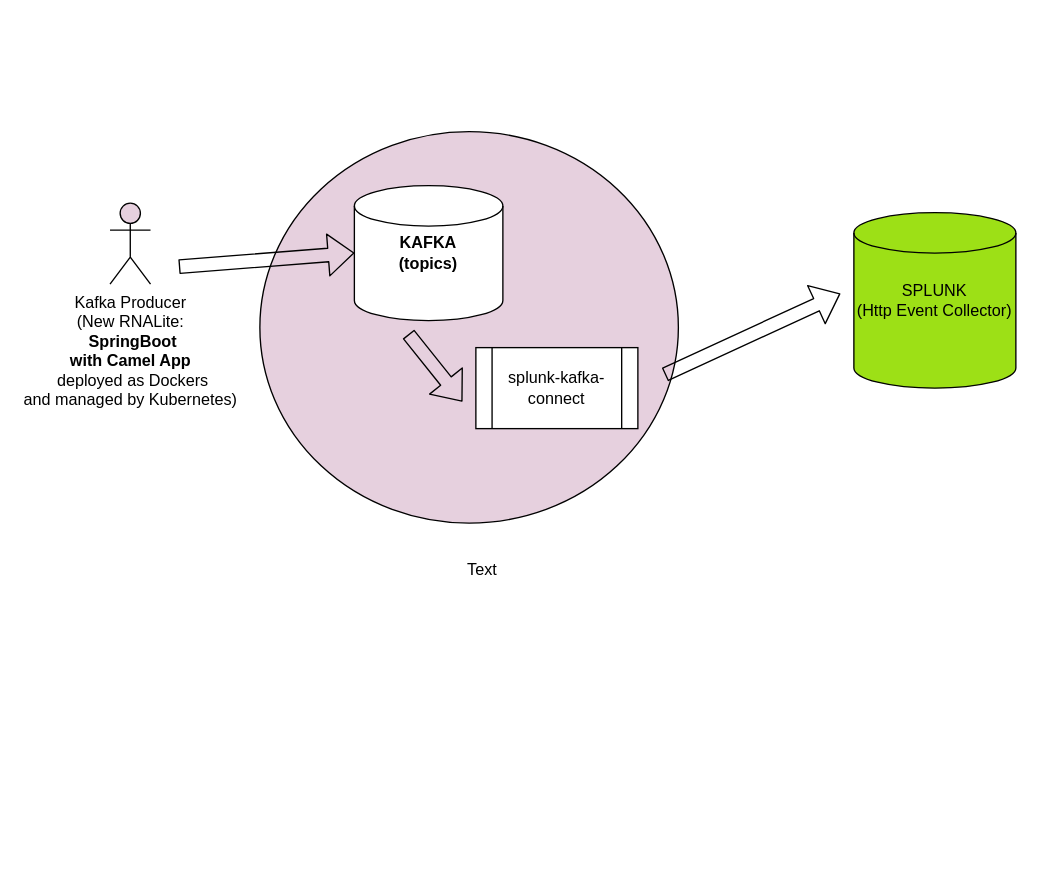
Before: Untitled Diagram.drawio in stevesui/test1, a draw.io diagram. Source tidied: cells renumbered, new cells numbered last; positions are measured from the earlier drawing's top-left corner, leaving out a move shared by most shapes. Both pictures are drawn from the tidied source at 135%, with x=0, y=0 at pixel (109, 131).
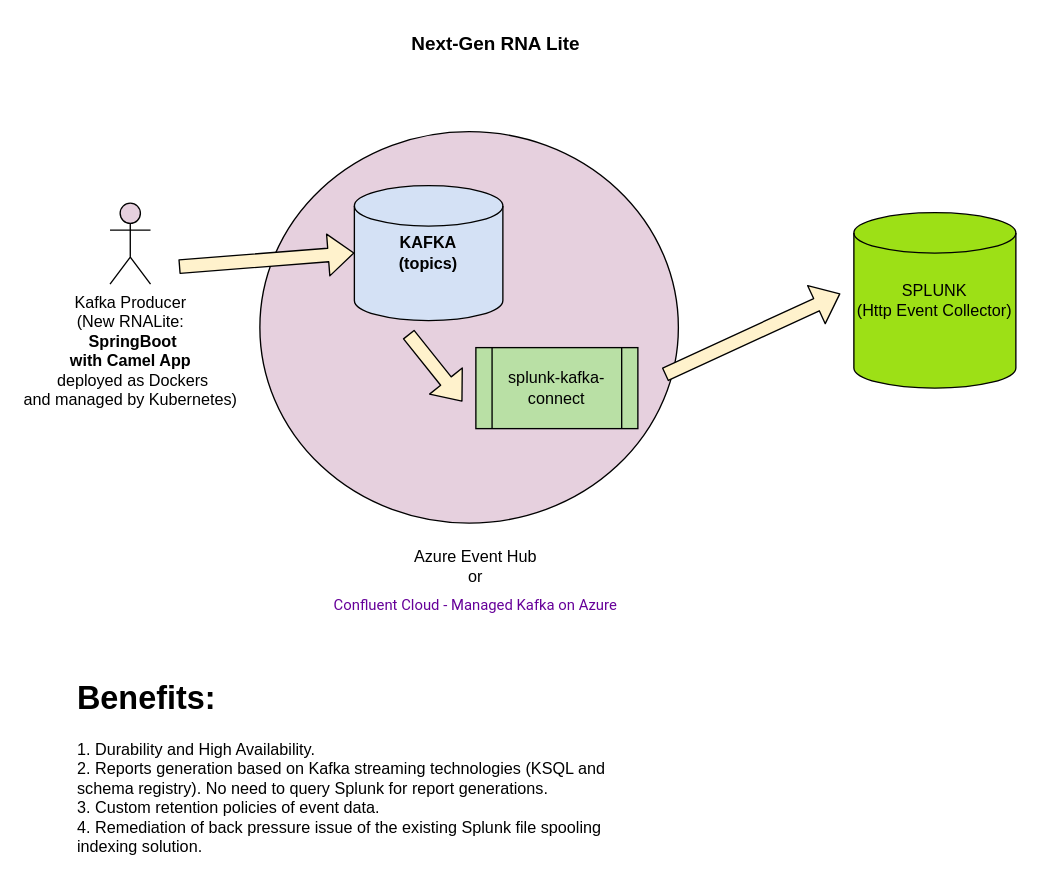
After the change.

What changed in the source:
```diff
@@
 <mxGraphModel>
   <root>
     <mxCell id="0" />
     <mxCell id="1" parent="0" />
     <mxCell id="2" style="ellipse;whiteSpace=wrap;html=1;fillColor=#E6D0DE;" parent="1" vertex="1">
       <mxGeometry x="111" width="310" height="290" as="geometry" />
     </mxCell>
-    <mxCell id="3" value="&lt;b&gt;KAFKA&lt;br&gt;(topics)&lt;/b&gt;" style="shape=cylinder2;whiteSpace=wrap;html=1;boundedLbl=1;backgroundOutline=1;size=15;" parent="1" vertex="1">
+    <mxCell id="3" value="&lt;b&gt;KAFKA&lt;br&gt;(topics)&lt;/b&gt;" style="shape=cylinder2;whiteSpace=wrap;html=1;boundedLbl=1;backgroundOutline=1;size=15;fillColor=#D4E1F5;" parent="1" vertex="1">
       <mxGeometry x="181" y="40" width="110" height="100" as="geometry" />
     </mxCell>
-    <mxCell id="4" value="splunk-kafka-connect" style="shape=process;whiteSpace=wrap;html=1;backgroundOutline=1;" parent="1" vertex="1">
+    <mxCell id="4" value="splunk-kafka-connect" style="shape=process;whiteSpace=wrap;html=1;backgroundOutline=1;fillColor=#B9E0A5;" parent="1" vertex="1">
       <mxGeometry x="271" y="160" width="120" height="60" as="geometry" />
     </mxCell>
     <mxCell id="5" value="SPLUNK&lt;br&gt;(Http Event Collector)" style="shape=cylinder2;whiteSpace=wrap;html=1;boundedLbl=1;backgroundOutline=1;size=15;fillColor=#9DE016;" parent="1" vertex="1">
       <mxGeometry x="551" y="60" width="120" height="130" as="geometry" />
     </mxCell>
-    <mxCell id="6" style="shape=flexArrow;endArrow=classic;html=1;" parent="1" edge="1">
+    <mxCell id="6" style="shape=flexArrow;endArrow=classic;html=1;fillColor=#FFF2CC;" parent="1" edge="1">
       <mxGeometry relative="1" as="geometry">
         <mxPoint x="221" y="150" as="sourcePoint" />
         <mxPoint x="261" y="200" as="targetPoint" />
       </mxGeometry>
     </mxCell>
-    <mxCell id="7" style="shape=flexArrow;endArrow=classic;html=1;" parent="1" edge="1">
+    <mxCell id="7" style="shape=flexArrow;endArrow=classic;html=1;fillColor=#FFF2CC;" parent="1" edge="1">
       <mxGeometry relative="1" as="geometry">
         <mxPoint x="411" y="180" as="sourcePoint" />
         <mxPoint x="541" y="120" as="targetPoint" />
       </mxGeometry>
     </mxCell>
     <mxCell id="8" value="Kafka Producer&lt;br&gt;(New RNALite:&lt;br&gt;&amp;nbsp;&lt;b&gt;SpringBoot&lt;br&gt;with Camel App&lt;/b&gt;&lt;br&gt;&amp;nbsp;deployed as Dockers&lt;br&gt;and managed by Kubernetes)" style="shape=umlActor;verticalLabelPosition=bottom;verticalAlign=top;html=1;fillColor=#E6D0DE;" parent="1" vertex="1">
       <mxGeometry y="53" width="30" height="60" as="geometry" />
     </mxCell>
-    <mxCell id="9" style="shape=flexArrow;endArrow=classic;html=1;entryX=0.226;entryY=0.31;entryDx=0;entryDy=0;entryPerimeter=0;" parent="1" edge="1" target="2">
+    <mxCell id="9" style="shape=flexArrow;endArrow=classic;html=1;entryX=0.226;entryY=0.31;entryDx=0;entryDy=0;entryPerimeter=0;fillColor=#FFF2CC;" parent="1" edge="1" target="2">
       <mxGeometry relative="1" as="geometry">
         <mxPoint x="51" y="100" as="sourcePoint" />
       </mxGeometry>
     </mxCell>
-    <mxCell id="10" value="Text" style="text;html=1;strokeColor=none;fillColor=none;align=center;verticalAlign=middle;whiteSpace=wrap;rounded=0;" parent="1" vertex="1">
-      <mxGeometry x="191" y="310" width="170" height="30" as="geometry" />
+    <mxCell id="10" value="Azure Event Hub&lt;br&gt;or&lt;br&gt;&lt;a href=&quot;https://www.confluent.io/blog/confluent-cloud-fully-managed-kafka-on-microsoft-azure/&quot; style=&quot;color: rgb(102 , 0 , 153) ; cursor: pointer ; font-family: &amp;#34;roboto&amp;#34; , &amp;#34;arial&amp;#34; , sans-serif ; text-align: left ; background-color: rgb(255 , 255 , 255)&quot;&gt;&lt;h3 class=&quot;LC20lb DKV0Md&quot; style=&quot;font-weight: normal ; margin: 0px 0px 3px ; padding: 4px 0px 0px ; display: inline-block ; line-height: 1.3&quot;&gt;&lt;font style=&quot;font-size: 11px&quot;&gt;Confluent Cloud - Managed Kafka on Azure&lt;/font&gt;&lt;/h3&gt;&lt;/a&gt;" style="text;html=1;strokeColor=none;fillColor=none;align=center;verticalAlign=middle;whiteSpace=wrap;rounded=0;" parent="1" vertex="1">
+      <mxGeometry x="151" y="280" width="240" height="110" as="geometry" />
     </mxCell>
+    <mxCell id="11" value="&lt;b&gt;&lt;font style=&quot;font-size: 14px&quot;&gt;Next-Gen RNA Lite&lt;/font&gt;&lt;/b&gt;" style="text;html=1;strokeColor=none;fillColor=none;align=center;verticalAlign=middle;whiteSpace=wrap;rounded=0;" parent="1" vertex="1">
+      <mxGeometry x="181" y="-80" width="210" height="30" as="geometry" />
+    </mxCell>
+    <mxCell id="12" value="&lt;h1&gt;Benefits:&lt;/h1&gt;&lt;div&gt;1. Durability and High Availability.&lt;/div&gt;&lt;div&gt;2. Reports generation based on Kafka streaming technologies (KSQL and schema registry). No need to query Splunk for report generations.&lt;/div&gt;&lt;div&gt;3. Custom retention policies of event data.&lt;/div&gt;&lt;div&gt;4. Remediation of back pressure issue of the existing Splunk file spooling indexing solution.&lt;/div&gt;&lt;div&gt;&lt;br&gt;&lt;/div&gt;" style="text;html=1;strokeColor=none;fillColor=none;spacing=5;spacingTop=-20;whiteSpace=wrap;overflow=hidden;rounded=0;" parent="1" vertex="1">
+      <mxGeometry x="-29" y="400" width="410" height="150" as="geometry" />
+    </mxCell>
   </root>
 </mxGraphModel>
```
